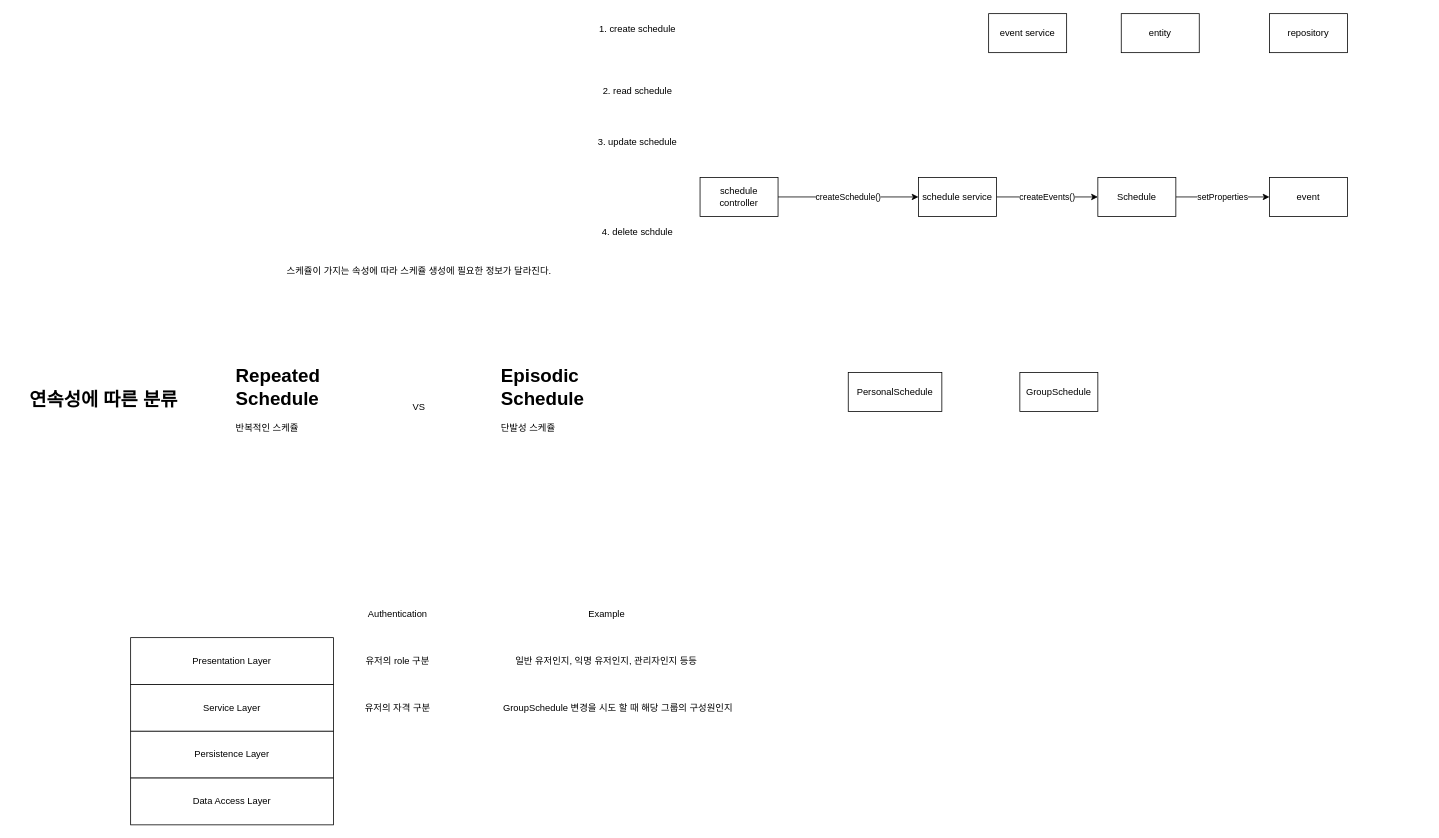
3tudy/kotlin keeps this draw.io diagram as page "Page-4" (4 of 4) of ERD.drawio. Above is the earlier version. Source tidied: cells renumbered, new cells numbered last; positions are measured from the earlier drawing's top-left corner, leaving out a move shared by most shapes. Both pictures are drawn from the tidied source at 78%, with x=0, y=0 at pixel (13, 13).
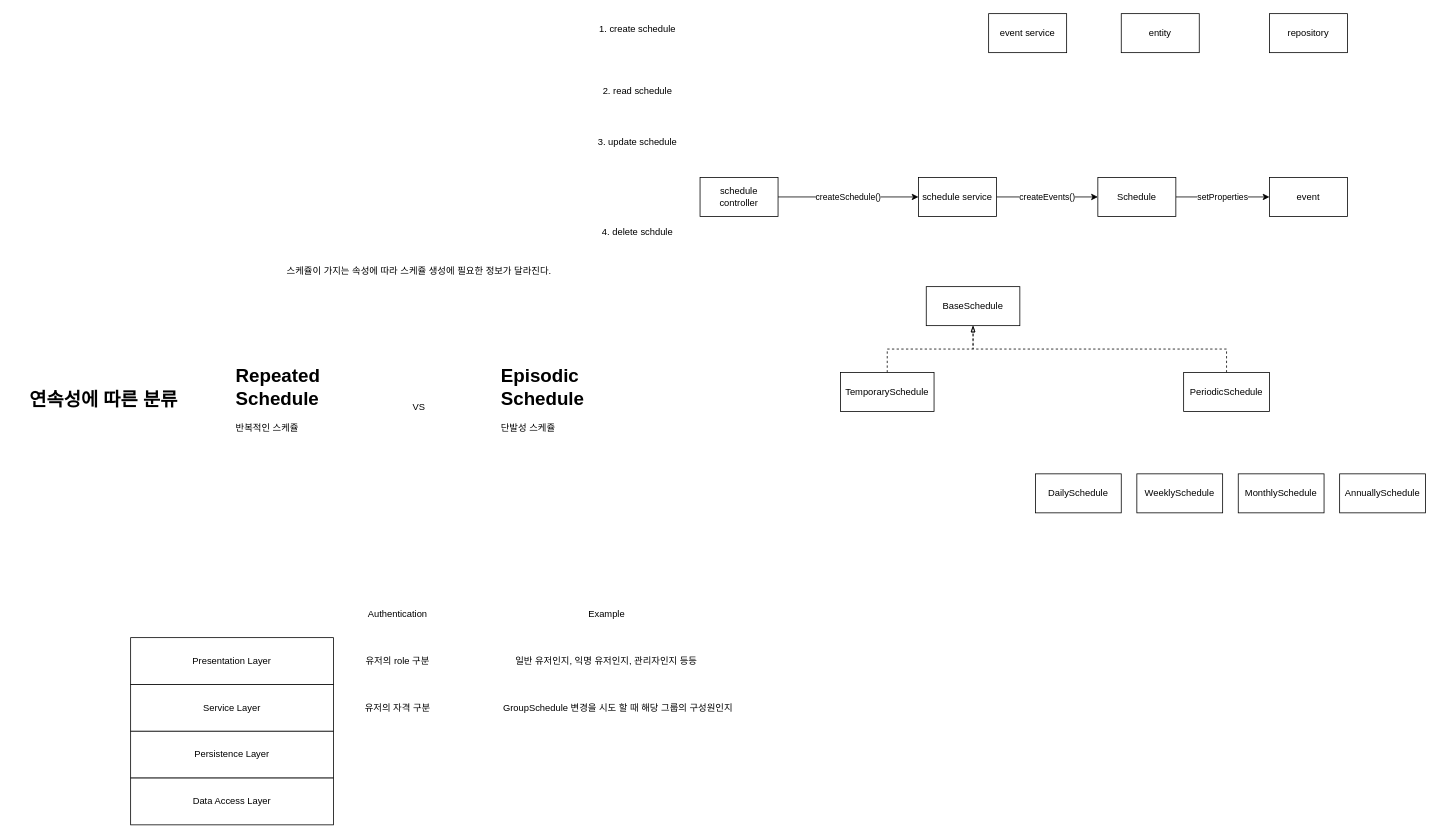
After the change.

Change to the diagram source:
```diff
@@
+    <mxCell id="33" style="edgeStyle=orthogonalEdgeStyle;rounded=0;jettySize=auto;html=1;dashed=1;endArrow=blockThin;endFill=0;" parent="1" edge="1" source="16" target="35">
+      <mxGeometry relative="1" as="geometry" />
+    </mxCell>
-    <mxCell id="16" value="PersonalSchedule" style="rounded=0;whiteSpace=wrap;html=1;" parent="1" vertex="1">
-      <mxGeometry x="1070" y="460" width="120" height="50" as="geometry" />
+    <mxCell id="16" value="TemporarySchedule" style="rounded=0;whiteSpace=wrap;html=1;" parent="1" vertex="1">
+      <mxGeometry x="1060" y="460" width="120" height="50" as="geometry" />
     </mxCell>
+    <mxCell id="34" style="edgeStyle=orthogonalEdgeStyle;rounded=0;jettySize=auto;html=1;entryX=0.5;entryY=1;entryDx=0;entryDy=0;dashed=1;endArrow=blockThin;endFill=0;" parent="1" edge="1" source="17" target="35">
+      <mxGeometry relative="1" as="geometry">
+        <Array as="points">
+          <mxPoint x="1555" y="430" />
+          <mxPoint x="1230" y="430" />
+        </Array>
+      </mxGeometry>
+    </mxCell>
-    <mxCell id="17" value="GroupSchedule" style="rounded=0;whiteSpace=wrap;html=1;" parent="1" vertex="1">
-      <mxGeometry x="1290" y="460" width="100" height="50" as="geometry" />
+    <mxCell id="17" value="PeriodicSchedule" style="rounded=0;whiteSpace=wrap;html=1;" parent="1" vertex="1">
+      <mxGeometry x="1500" y="460" width="110" height="50" as="geometry" />
     </mxCell>
@@
+    <mxCell id="35" value="BaseSchedule" style="rounded=0;whiteSpace=wrap;html=1;" parent="1" vertex="1">
+      <mxGeometry x="1170" y="350" width="120" height="50" as="geometry" />
+    </mxCell>
+    <mxCell id="36" value="DailySchedule" style="rounded=0;whiteSpace=wrap;html=1;" parent="1" vertex="1">
+      <mxGeometry x="1310" y="590" width="110" height="50" as="geometry" />
+    </mxCell>
+    <mxCell id="37" value="WeeklySchedule" style="rounded=0;whiteSpace=wrap;html=1;" parent="1" vertex="1">
+      <mxGeometry x="1440" y="590" width="110" height="50" as="geometry" />
+    </mxCell>
+    <mxCell id="38" value="MonthlySchedule" style="rounded=0;whiteSpace=wrap;html=1;" parent="1" vertex="1">
+      <mxGeometry x="1570" y="590" width="110" height="50" as="geometry" />
+    </mxCell>
+    <mxCell id="39" value="AnnuallySchedule" style="rounded=0;whiteSpace=wrap;html=1;" parent="1" vertex="1">
+      <mxGeometry x="1700" y="590" width="110" height="50" as="geometry" />
+    </mxCell>
```
